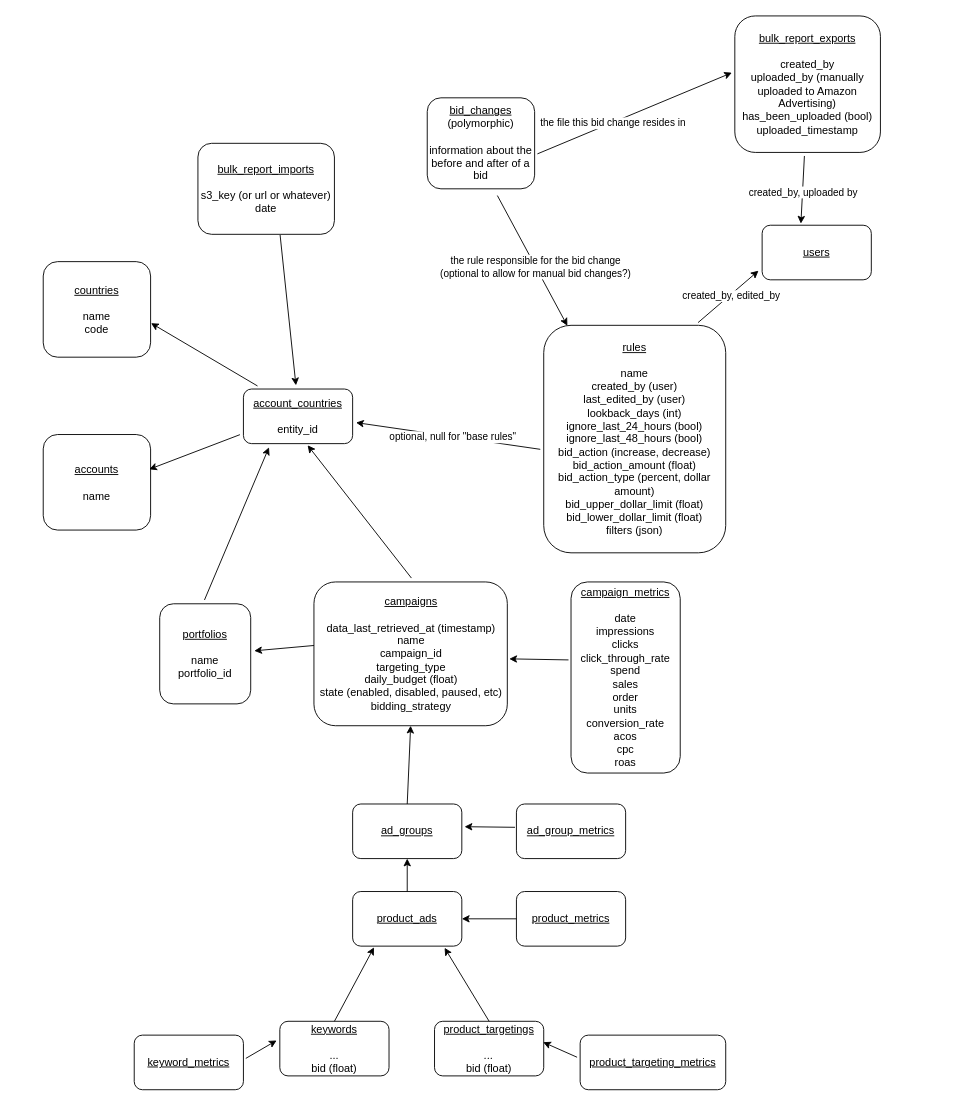
patanj101/drafted-app keeps this draw.io diagram as erd.drawio. Above is the earlier version. Source tidied: cells renumbered, new cells numbered last; positions are measured from the earlier drawing's top-left corner, leaving out a move shared by most shapes. Both pictures are drawn from the tidied source at 91%, with x=0, y=0 at pixel (43, 15).
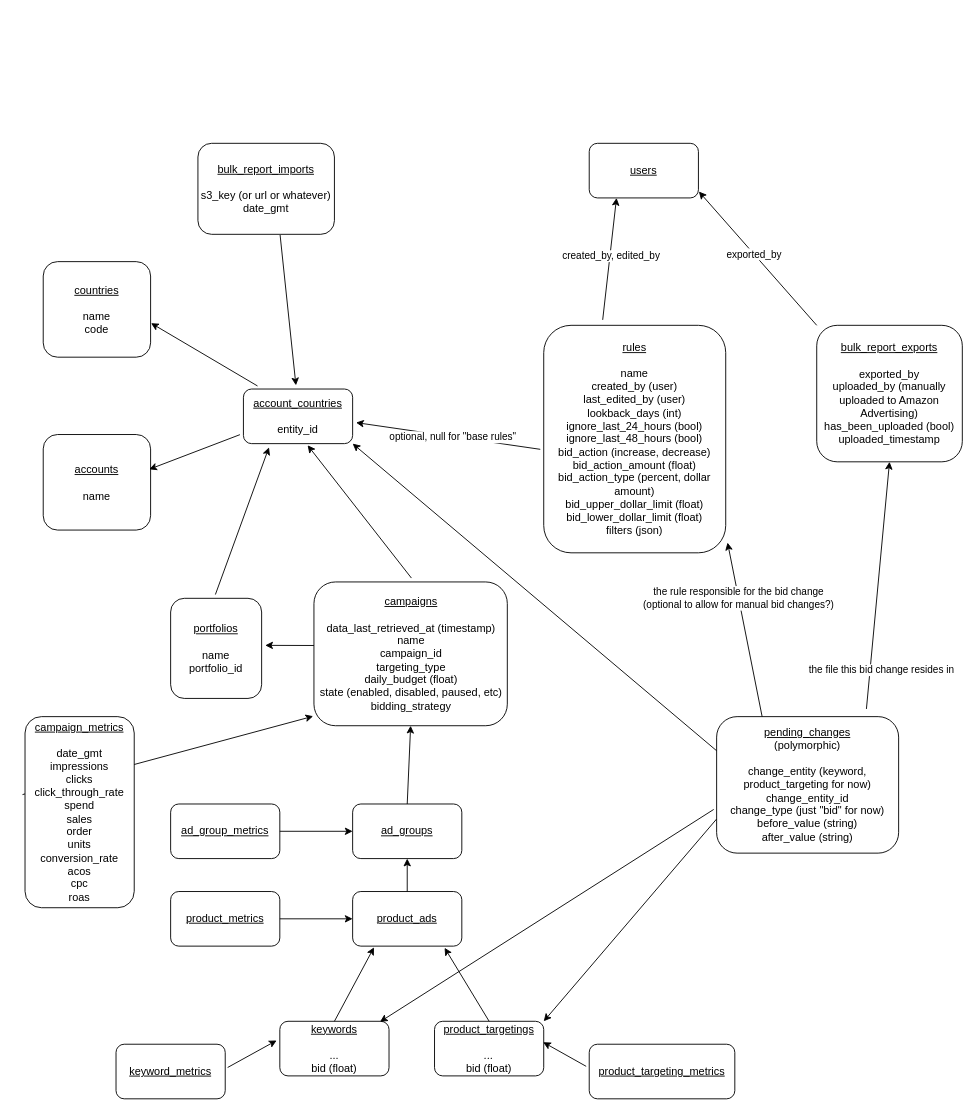
The same diagram, later.

Commit message:
Rework bid changes

The change refers to these unchanged cells:
```xml
<mxCell id="2" value="&lt;u&gt;account_countries&lt;br&gt;&lt;/u&gt;&lt;br&gt;entity_id" style="rounded=1;whiteSpace=wrap;html=1;" parent="1" vertex="1">
  <mxGeometry x="220" y="410" width="120" height="60" as="geometry" />
</mxCell>
<mxCell id="6" value="&lt;u&gt;rules&lt;/u&gt;&lt;br&gt;&lt;br&gt;name&lt;br&gt;created_by (user)&lt;br&gt;last_edited_by (user)&lt;br&gt;lookback_days (int)&lt;br&gt;ignore_last_24_hours (bool)&lt;br&gt;ignore_last_48_hours (bool)&lt;br&gt;bid_action (increase, decrease)&lt;br&gt;bid_action_amount (float)&lt;br&gt;bid_action_type (percent, dollar amount)&lt;br&gt;bid_upper_dollar_limit (float)&lt;br&gt;bid_lower_dollar_limit (float)&lt;br&gt;filters (json)" style="rounded=1;whiteSpace=wrap;html=1;" parent="1" vertex="1">
  <mxGeometry x="550" y="340" width="200" height="250" as="geometry" />
</mxCell>
<mxCell id="20" value="&lt;u&gt;campaigns&lt;/u&gt;&lt;br&gt;&lt;br&gt;data_last_retrieved_at (timestamp)&lt;br&gt;name&lt;br&gt;campaign_id&lt;br&gt;targeting_type&lt;br&gt;daily_budget (float)&lt;br&gt;state (enabled, disabled, paused, etc)&lt;br&gt;bidding_strategy" style="rounded=1;whiteSpace=wrap;html=1;" parent="1" vertex="1">
  <mxGeometry x="297.5" y="622" width="212.5" height="158" as="geometry" />
</mxCell>
<mxCell id="25" value="&lt;u&gt;ad_groups&lt;/u&gt;" style="rounded=1;whiteSpace=wrap;html=1;" parent="1" vertex="1">
  <mxGeometry x="340" y="866" width="120" height="60" as="geometry" />
</mxCell>
<mxCell id="26" value="&lt;u&gt;keywords&lt;/u&gt;&lt;br&gt;&lt;br&gt;...&lt;br&gt;bid (float)" style="rounded=1;whiteSpace=wrap;html=1;" parent="1" vertex="1">
  <mxGeometry x="260" y="1104.8" width="120" height="60" as="geometry" />
</mxCell>
<mxCell id="27" value="&lt;u&gt;product_ads&lt;br&gt;&lt;/u&gt;" style="rounded=1;whiteSpace=wrap;html=1;" parent="1" vertex="1">
  <mxGeometry x="340" y="962.2" width="120" height="60" as="geometry" />
</mxCell>
<mxCell id="28" value="&lt;u&gt;product_targetings&lt;/u&gt;&lt;br&gt;&lt;br&gt;&lt;i&gt;...&lt;br&gt;&lt;/i&gt;bid (float)" style="rounded=1;whiteSpace=wrap;html=1;" parent="1" vertex="1">
  <mxGeometry x="430" y="1104.8" width="120" height="60" as="geometry" />
</mxCell>
```

Change to the diagram source:
```diff
@@
     <mxCell id="7" value="&lt;u&gt;users&lt;/u&gt;" style="rounded=1;whiteSpace=wrap;html=1;" parent="1" vertex="1">
-      <mxGeometry x="790" y="230" width="120" height="60" as="geometry" />
+      <mxGeometry x="600" y="140" width="120" height="60" as="geometry" />
     </mxCell>
-    <mxCell id="8" style="endArrow=classic;html=1;rounded=0;entryX=-0.033;entryY=0.833;entryDx=0;entryDy=0;entryPerimeter=0;exitX=0.848;exitY=-0.012;exitDx=0;exitDy=0;exitPerimeter=0;" parent="1" edge="1" source="6" target="7">
+    <mxCell id="8" style="endArrow=classic;html=1;rounded=0;entryX=0.25;entryY=1;entryDx=0;entryDy=0;exitX=0.324;exitY=-0.024;exitDx=0;exitDy=0;exitPerimeter=0;" parent="1" edge="1" source="6" target="7">
       <mxGeometry relative="1" as="geometry" />
     </mxCell>
@@
-    <mxCell id="10" value="&lt;u&gt;bulk_report_imports&lt;br&gt;&lt;/u&gt;&lt;br&gt;s3_key (or url or whatever)&lt;br&gt;date" style="rounded=1;whiteSpace=wrap;html=1;" parent="1" vertex="1">
+    <mxCell id="10" value="&lt;u&gt;bulk_report_imports&lt;br&gt;&lt;/u&gt;&lt;br&gt;s3_key (or url or whatever)&lt;br&gt;date_gmt" style="rounded=1;whiteSpace=wrap;html=1;" parent="1" vertex="1">
       <mxGeometry x="170" y="140" width="150" height="100" as="geometry" />
     </mxCell>
-    <mxCell id="11" value="&lt;u&gt;bulk_report_exports&lt;/u&gt;&lt;br&gt;&lt;br&gt;created_by&lt;br&gt;uploaded_by (manually uploaded to Amazon Advertising)&lt;br&gt;has_been_uploaded (bool)&lt;br&gt;uploaded_timestamp" style="rounded=1;whiteSpace=wrap;html=1;" parent="1" vertex="1">
-      <mxGeometry x="760" width="160" height="150" as="geometry" />
+    <mxCell id="11" value="&lt;u&gt;bulk_report_exports&lt;/u&gt;&lt;br&gt;&lt;br&gt;exported_by&lt;br&gt;uploaded_by (manually uploaded to Amazon Advertising)&lt;br&gt;has_been_uploaded (bool)&lt;br&gt;uploaded_timestamp" style="rounded=1;whiteSpace=wrap;html=1;" parent="1" vertex="1">
+      <mxGeometry x="850" y="340" width="160" height="150" as="geometry" />
     </mxCell>
-    <mxCell id="12" style="endArrow=classic;html=1;rounded=0;entryX=0.355;entryY=-0.029;entryDx=0;entryDy=0;entryPerimeter=0;exitX=0.478;exitY=1.026;exitDx=0;exitDy=0;exitPerimeter=0;" parent="1" edge="1" source="11" target="7">
+    <mxCell id="12" style="endArrow=classic;html=1;rounded=0;entryX=1.004;entryY=0.883;entryDx=0;entryDy=0;exitX=0;exitY=0;exitDx=0;exitDy=0;entryPerimeter=0;" parent="1" edge="1" source="11" target="7">
       <mxGeometry relative="1" as="geometry" />
     </mxCell>
-    <mxCell id="13" value="created_by, uploaded by" style="edgeLabel;html=1;align=center;verticalAlign=middle;" parent="12" vertex="1">
+    <mxCell id="13" value="exported_by" style="edgeLabel;html=1;align=center;verticalAlign=middle;" parent="12" vertex="1">
       <mxGeometry x="0.07" relative="1" as="geometry" />
     </mxCell>
-    <mxCell id="14" value="&lt;u&gt;bid_changes&lt;/u&gt;&lt;br&gt;(polymorphic)&lt;br&gt;&lt;br&gt;information about the before and after of a bid" style="whiteSpace=wrap;html=1;rounded=1;" parent="1" vertex="1">
-      <mxGeometry x="422" y="90" width="118" height="100" as="geometry" />
+    <mxCell id="14" value="&lt;u&gt;pending_changes&lt;/u&gt;&lt;br&gt;(polymorphic)&lt;br&gt;&lt;br&gt;change_entity (keyword, product_targeting for now)&lt;br&gt;change_entity_id&lt;br&gt;change_type (just &quot;bid&quot; for now)&lt;br&gt;before_value (string)&lt;br&gt;after_value (string)" style="whiteSpace=wrap;html=1;rounded=1;" parent="1" vertex="1">
+      <mxGeometry x="740" y="770" width="200" height="150" as="geometry" />
     </mxCell>
-    <mxCell id="15" style="endArrow=classic;html=1;rounded=0;exitX=1.026;exitY=0.616;exitDx=0;exitDy=0;exitPerimeter=0;entryX=-0.02;entryY=0.416;entryDx=0;entryDy=0;entryPerimeter=0;" parent="1" edge="1" source="14" target="11">
+    <mxCell id="15" style="endArrow=classic;html=1;rounded=0;exitX=0.823;exitY=-0.056;exitDx=0;exitDy=0;exitPerimeter=0;entryX=0.5;entryY=1;entryDx=0;entryDy=0;" parent="1" edge="1" source="14" target="11">
       <mxGeometry relative="1" as="geometry" />
     </mxCell>
     <mxCell id="16" value="the file this bid change resides in" style="edgeLabel;html=1;align=center;verticalAlign=middle;" parent="15" vertex="1">
-      <mxGeometry x="-0.23" relative="1" as="geometry" />
+      <mxGeometry x="-0.23" relative="1" as="geometry">
+        <mxPoint x="6" y="61" as="offset" />
+      </mxGeometry>
     </mxCell>
-    <mxCell id="17" style="endArrow=classic;html=1;rounded=0;exitX=0.653;exitY=1.074;exitDx=0;exitDy=0;exitPerimeter=0;entryX=0.13;entryY=0.002;entryDx=0;entryDy=0;entryPerimeter=0;" parent="1" edge="1" source="14" target="6">
+    <mxCell id="17" style="endArrow=classic;html=1;rounded=0;exitX=0.25;exitY=0;exitDx=0;exitDy=0;entryX=1.01;entryY=0.955;entryDx=0;entryDy=0;entryPerimeter=0;" parent="1" edge="1" source="14" target="6">
       <mxGeometry relative="1" as="geometry" />
     </mxCell>
     <mxCell id="18" value="the rule responsible for the bid change&lt;br&gt;(optional to allow for manual bid changes?)" style="edgeLabel;html=1;align=center;verticalAlign=middle;" parent="17" vertex="1">
       <mxGeometry x="0.09" y="-1" relative="1" as="geometry">
-        <mxPoint y="-1" as="offset" />
+        <mxPoint x="-7" y="-26" as="offset" />
       </mxGeometry>
     </mxCell>
@@
     <mxCell id="22" value="&lt;u&gt;portfolios&lt;/u&gt;&lt;br&gt;&lt;br&gt;name&lt;br&gt;portfolio_id" style="rounded=1;whiteSpace=wrap;html=1;" parent="1" vertex="1">
-      <mxGeometry x="128" y="646" width="100" height="110" as="geometry" />
+      <mxGeometry x="140" y="640" width="100" height="110" as="geometry" />
     </mxCell>
@@
-    <mxCell id="33" value="&lt;u&gt;campaign_metrics&lt;/u&gt;&lt;br&gt;&lt;br&gt;date&lt;br&gt;impressions&lt;br&gt;clicks&lt;br&gt;click_through_rate&lt;br&gt;spend&lt;br&gt;sales&lt;br&gt;order&lt;br&gt;units&lt;br&gt;conversion_rate&lt;br&gt;acos&lt;br&gt;cpc&lt;br&gt;roas" style="rounded=1;whiteSpace=wrap;html=1;" parent="1" vertex="1">
-      <mxGeometry x="580" y="622" width="120" height="210" as="geometry" />
-    </mxCell>
-    <mxCell id="34" style="endArrow=classic;html=1;rounded=0;exitX=-0.023;exitY=0.408;exitDx=0;exitDy=0;exitPerimeter=0;entryX=1.01;entryY=0.535;entryDx=0;entryDy=0;entryPerimeter=0;" parent="1" edge="1" source="33" target="20">
+    <mxCell id="34" style="endArrow=classic;html=1;rounded=0;exitX=-0.023;exitY=0.408;exitDx=0;exitDy=0;exitPerimeter=0;entryX=-0.004;entryY=0.934;entryDx=0;entryDy=0;entryPerimeter=0;" parent="1" edge="1" source="33" target="20">
       <mxGeometry relative="1" as="geometry" />
     </mxCell>
     <mxCell id="35" value="&lt;u&gt;ad_group_metrics&lt;/u&gt;" style="rounded=1;whiteSpace=wrap;html=1;" parent="1" vertex="1">
-      <mxGeometry x="520" y="866" width="120" height="60" as="geometry" />
+      <mxGeometry x="140" y="866" width="120" height="60" as="geometry" />
     </mxCell>
     <mxCell id="36" value="&lt;u&gt;product_metrics&lt;/u&gt;" style="rounded=1;whiteSpace=wrap;html=1;" parent="1" vertex="1">
-      <mxGeometry x="520" y="962.2" width="120" height="60" as="geometry" />
+      <mxGeometry x="140" y="962.2" width="120" height="60" as="geometry" />
     </mxCell>
     <mxCell id="37" value="&lt;u&gt;product_targeting_metrics&lt;br&gt;&lt;/u&gt;" style="rounded=1;whiteSpace=wrap;html=1;" parent="1" vertex="1">
-      <mxGeometry x="590" y="1120" width="160" height="60" as="geometry" />
+      <mxGeometry x="600" y="1130" width="160" height="60" as="geometry" />
     </mxCell>
+    <mxCell id="46" style="endArrow=classic;html=1;rounded=0;exitX=0;exitY=0.25;exitDx=0;exitDy=0;entryX=1;entryY=1;entryDx=0;entryDy=0;" parent="1" edge="1" source="14" target="2">
+      <mxGeometry relative="1" as="geometry" />
+    </mxCell>
+    <mxCell id="33" value="&lt;u&gt;campaign_metrics&lt;/u&gt;&lt;br&gt;&lt;br&gt;date_gmt&lt;br&gt;impressions&lt;br&gt;clicks&lt;br&gt;click_through_rate&lt;br&gt;spend&lt;br&gt;sales&lt;br&gt;order&lt;br&gt;units&lt;br&gt;conversion_rate&lt;br&gt;acos&lt;br&gt;cpc&lt;br&gt;roas" style="rounded=1;whiteSpace=wrap;html=1;" parent="1" vertex="1">
+      <mxGeometry x="-20" y="770" width="120" height="210" as="geometry" />
+    </mxCell>
     <mxCell id="38" value="&lt;u&gt;keyword_metrics&lt;/u&gt;" style="rounded=1;whiteSpace=wrap;html=1;" parent="1" vertex="1">
-      <mxGeometry x="100" y="1120" width="120" height="60" as="geometry" />
+      <mxGeometry x="80" y="1130" width="120" height="60" as="geometry" />
     </mxCell>
-    <mxCell id="39" style="endArrow=classic;html=1;rounded=0;exitX=0;exitY=0.5;exitDx=0;exitDy=0;entryX=1;entryY=0.5;entryDx=0;entryDy=0;" parent="1" edge="1" source="36" target="27">
+    <mxCell id="39" style="endArrow=classic;html=1;rounded=0;exitX=1;exitY=0.5;exitDx=0;exitDy=0;entryX=0;entryY=0.5;entryDx=0;entryDy=0;" parent="1" edge="1" source="36" target="27">
       <mxGeometry relative="1" as="geometry" />
     </mxCell>
-    <mxCell id="40" style="endArrow=classic;html=1;rounded=0;exitX=-0.013;exitY=0.427;exitDx=0;exitDy=0;exitPerimeter=0;entryX=1.025;entryY=0.416;entryDx=0;entryDy=0;entryPerimeter=0;" parent="1" edge="1" source="35" target="25">
+    <mxCell id="40" style="endArrow=classic;html=1;rounded=0;exitX=1;exitY=0.5;exitDx=0;exitDy=0;entryX=0;entryY=0.5;entryDx=0;entryDy=0;" parent="1" edge="1" source="35" target="25">
       <mxGeometry relative="1" as="geometry" />
     </mxCell>
@@
+    <mxCell id="47" style="endArrow=classic;html=1;rounded=0;exitX=0;exitY=0.75;exitDx=0;exitDy=0;entryX=1;entryY=0;entryDx=0;entryDy=0;" parent="1" edge="1" source="14" target="28">
+      <mxGeometry relative="1" as="geometry" />
+    </mxCell>
+    <mxCell id="48" style="endArrow=classic;html=1;rounded=0;exitX=-0.016;exitY=0.68;exitDx=0;exitDy=0;exitPerimeter=0;entryX=0.917;entryY=0.01;entryDx=0;entryDy=0;entryPerimeter=0;" parent="1" edge="1" source="14" target="26">
+      <mxGeometry relative="1" as="geometry" />
+    </mxCell>
```
